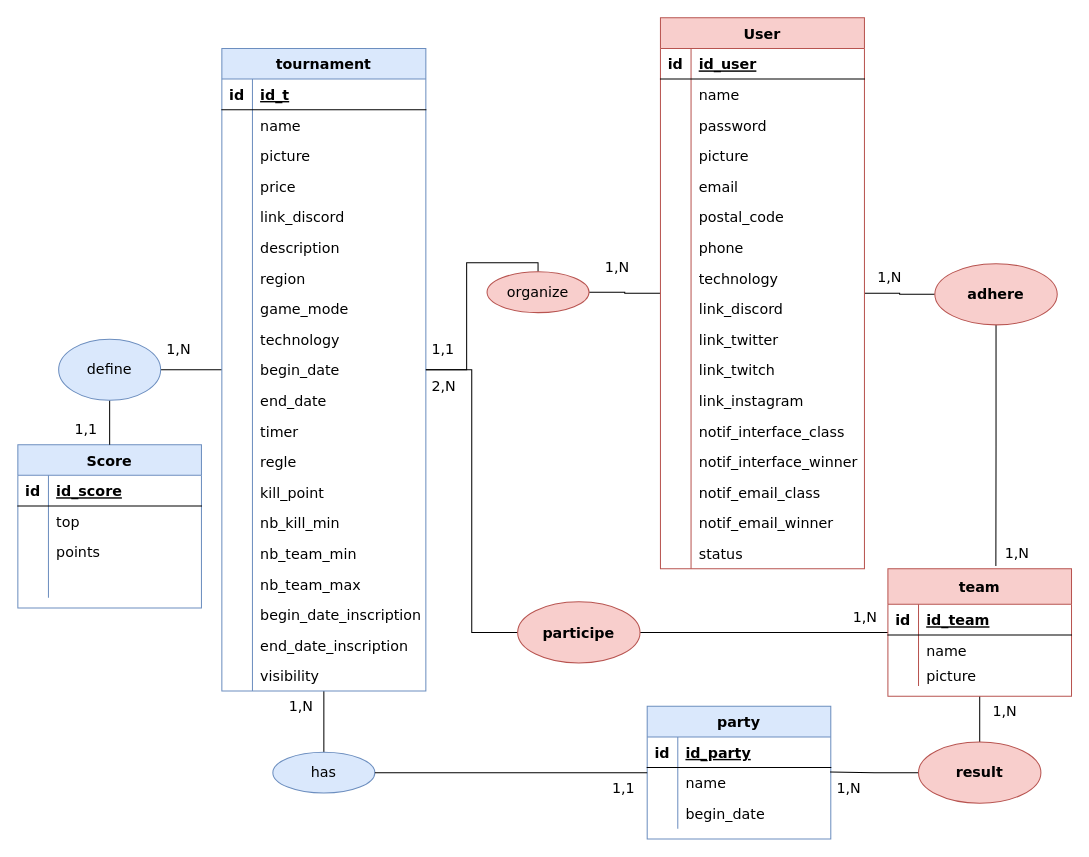
The draw.io diagram page "MCD" (1 of 3) of Wavy_MERISE2.drawio in Pakulic/Maquettage_Site_web, before the edit. Source tidied: cells renumbered, new cells numbered last; positions are measured from the earlier drawing's top-left corner, leaving out a move shared by most shapes. Both pictures are drawn from the tidied source at 102%, with x=0, y=0 at pixel (17, 17).
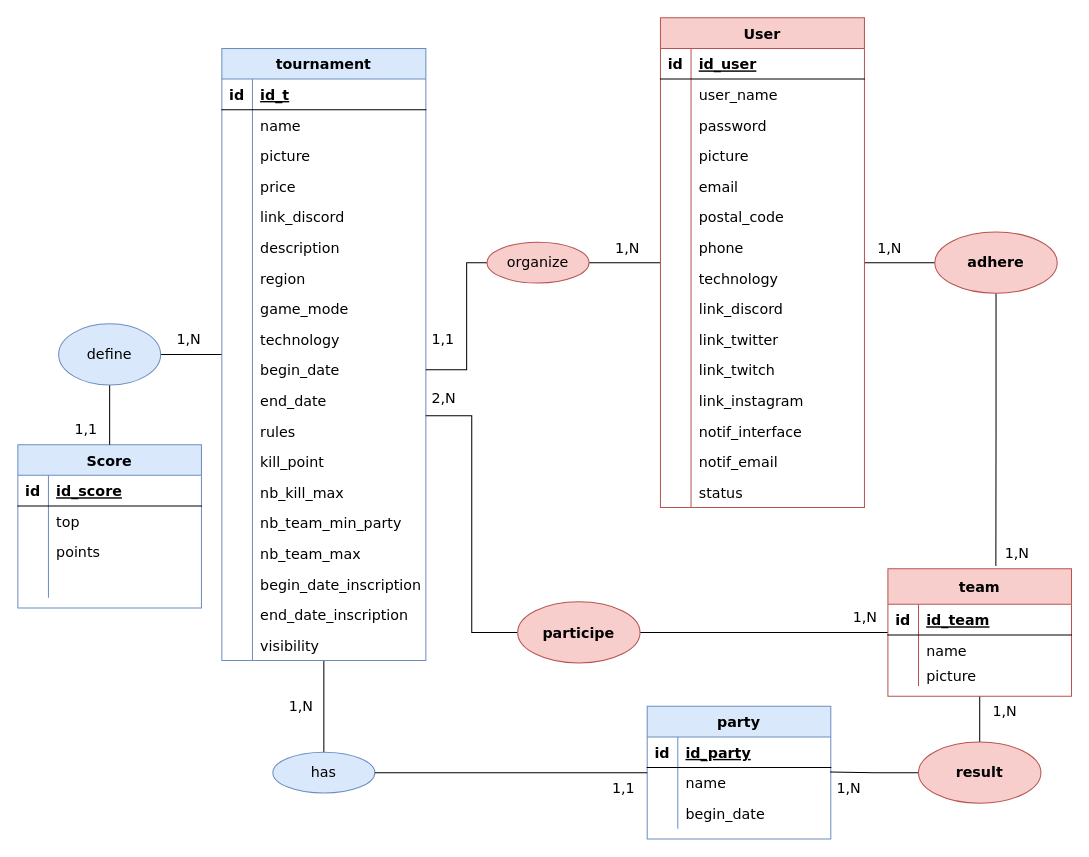
The same diagram, later.

The change refers to these unchanged cells:
```xml
<mxCell id="111" style="shape=partialRectangle;fillColor=none;top=0;left=0;bottom=0;right=0;fontSize=14;fontFamily=Verdana;" parent="107" vertex="1">
  <mxGeometry y="60" width="200" height="30" as="geometry" />
</mxCell>
<mxCell id="144" style="shape=partialRectangle;fillColor=none;top=0;left=0;bottom=0;right=0;fontSize=14;fontFamily=Verdana;" parent="107" vertex="1">
  <mxGeometry y="390" width="200" height="30" as="geometry" />
</mxCell>
<mxCell id="162" value="participe" style="ellipse;whiteSpace=wrap;html=1;fontStyle=1;strokeColor=#b85450;fillColor=#f8cecc;startSize=35;fontSize=14;fontFamily=Verdana;" parent="1" vertex="1">
  <mxGeometry x="490" y="572.5" width="120" height="60" as="geometry" />
</mxCell>
```

The edit, as a diff of the source:
```diff
@@
     <mxCell id="4" value="tournament" style="shape=table;startSize=30;childLayout=tableLayout;rowLines=0;fontStyle=1;align=center;fillColor=#dae8fc;strokeColor=#6c8ebf;fontSize=14;fontFamily=Verdana;" parent="1" vertex="1">
-      <mxGeometry x="200" y="30" width="200" height="630" as="geometry" />
+      <mxGeometry x="200" y="30" width="200" height="600" as="geometry" />
     </mxCell>
@@
-    <mxCell id="38" style="shape=partialRectangle;fillColor=none;top=0;left=0;bottom=0;right=0;fontSize=14;fontFamily=Verdana;" parent="4" vertex="1">
-      <mxGeometry y="360" width="200" height="30" as="geometry" />
-    </mxCell>
-    <mxCell id="39" style="shape=partialRectangle;fillColor=none;top=0;left=0;bottom=0;right=0;overflow=hidden;fontSize=14;fontFamily=Verdana;" parent="38" vertex="1">
-      <mxGeometry width="30" height="30" as="geometry" />
-    </mxCell>
-    <mxCell id="40" value="timer" style="shape=partialRectangle;fillColor=none;top=0;left=0;bottom=0;right=0;align=left;spacingLeft=6;overflow=hidden;fontSize=14;fontFamily=Verdana;" parent="38" vertex="1">
-      <mxGeometry x="30" width="170" height="30" as="geometry" />
-    </mxCell>
     <mxCell id="41" style="shape=partialRectangle;fillColor=none;top=0;left=0;bottom=0;right=0;fontSize=14;fontFamily=Verdana;" parent="4" vertex="1">
-      <mxGeometry y="390" width="200" height="30" as="geometry" />
+      <mxGeometry y="360" width="200" height="30" as="geometry" />
     </mxCell>
@@
-    <mxCell id="43" value="regle" style="shape=partialRectangle;fillColor=none;top=0;left=0;bottom=0;right=0;align=left;spacingLeft=6;overflow=hidden;fontSize=14;fontFamily=Verdana;" parent="41" vertex="1">
+    <mxCell id="43" value="rules" style="shape=partialRectangle;fillColor=none;top=0;left=0;bottom=0;right=0;align=left;spacingLeft=6;overflow=hidden;fontSize=14;fontFamily=Verdana;" parent="41" vertex="1">
       <mxGeometry x="30" width="170" height="30" as="geometry" />
     </mxCell>
     <mxCell id="44" style="shape=partialRectangle;fillColor=none;top=0;left=0;bottom=0;right=0;fontSize=14;fontFamily=Verdana;" parent="4" vertex="1">
-      <mxGeometry y="420" width="200" height="30" as="geometry" />
+      <mxGeometry y="390" width="200" height="30" as="geometry" />
     </mxCell>
@@
     <mxCell id="47" style="shape=partialRectangle;fillColor=none;top=0;left=0;bottom=0;right=0;fontSize=14;fontFamily=Verdana;" parent="4" vertex="1">
-      <mxGeometry y="450" width="200" height="30" as="geometry" />
+      <mxGeometry y="420" width="200" height="30" as="geometry" />
     </mxCell>
@@
-    <mxCell id="49" value="nb_kill_min" style="shape=partialRectangle;fillColor=none;top=0;left=0;bottom=0;right=0;align=left;spacingLeft=6;overflow=hidden;fontSize=14;fontFamily=Verdana;" parent="47" vertex="1">
+    <mxCell id="49" value="nb_kill_max" style="shape=partialRectangle;fillColor=none;top=0;left=0;bottom=0;right=0;align=left;spacingLeft=6;overflow=hidden;fontSize=14;fontFamily=Verdana;" parent="47" vertex="1">
       <mxGeometry x="30" width="170" height="30" as="geometry" />
     </mxCell>
     <mxCell id="50" style="shape=partialRectangle;fillColor=none;top=0;left=0;bottom=0;right=0;fontSize=14;fontFamily=Verdana;" parent="4" vertex="1">
-      <mxGeometry y="480" width="200" height="30" as="geometry" />
+      <mxGeometry y="450" width="200" height="30" as="geometry" />
     </mxCell>
@@
-    <mxCell id="52" value="nb_team_min" style="shape=partialRectangle;fillColor=none;top=0;left=0;bottom=0;right=0;align=left;spacingLeft=6;overflow=hidden;fontSize=14;fontFamily=Verdana;" parent="50" vertex="1">
+    <mxCell id="52" value="nb_team_min_party" style="shape=partialRectangle;fillColor=none;top=0;left=0;bottom=0;right=0;align=left;spacingLeft=6;overflow=hidden;fontSize=14;fontFamily=Verdana;" parent="50" vertex="1">
       <mxGeometry x="30" width="170" height="30" as="geometry" />
     </mxCell>
     <mxCell id="53" style="shape=partialRectangle;fillColor=none;top=0;left=0;bottom=0;right=0;fontSize=14;fontFamily=Verdana;" parent="4" vertex="1">
-      <mxGeometry y="510" width="200" height="30" as="geometry" />
+      <mxGeometry y="480" width="200" height="30" as="geometry" />
     </mxCell>
@@
     <mxCell id="56" style="shape=partialRectangle;fillColor=none;top=0;left=0;bottom=0;right=0;fontSize=14;fontFamily=Verdana;" parent="4" vertex="1">
-      <mxGeometry y="540" width="200" height="30" as="geometry" />
+      <mxGeometry y="510" width="200" height="30" as="geometry" />
     </mxCell>
@@
     <mxCell id="59" style="shape=partialRectangle;fillColor=none;top=0;left=0;bottom=0;right=0;fontSize=14;fontFamily=Verdana;" parent="4" vertex="1">
-      <mxGeometry y="570" width="200" height="30" as="geometry" />
+      <mxGeometry y="540" width="200" height="30" as="geometry" />
     </mxCell>
@@
     <mxCell id="62" style="shape=partialRectangle;fillColor=none;top=0;left=0;bottom=0;right=0;fontSize=14;fontFamily=Verdana;" parent="4" vertex="1">
-      <mxGeometry y="600" width="200" height="30" as="geometry" />
+      <mxGeometry y="570" width="200" height="30" as="geometry" />
     </mxCell>
@@
     <mxCell id="67" value="organize" style="ellipse;whiteSpace=wrap;html=1;align=center;fillColor=#f8cecc;strokeColor=#b85450;fontSize=14;fontFamily=Verdana;" parent="1" vertex="1">
-      <mxGeometry x="460" y="249" width="100" height="40" as="geometry" />
+      <mxGeometry x="460" y="220" width="100" height="40" as="geometry" />
     </mxCell>
@@
     <mxCell id="92" value="define" style="ellipse;whiteSpace=wrap;html=1;align=center;fillColor=#dae8fc;strokeColor=#6c8ebf;fontSize=14;fontFamily=Verdana;" parent="1" vertex="1">
-      <mxGeometry x="40" y="315" width="100" height="60" as="geometry" />
+      <mxGeometry x="40" y="300" width="100" height="60" as="geometry" />
     </mxCell>
@@
     <mxCell id="107" value="User" style="shape=table;startSize=30;childLayout=tableLayout;rowLines=0;fontStyle=1;align=center;fillColor=#f8cecc;strokeColor=#b85450;fontSize=14;fontFamily=Verdana;" parent="1" vertex="1">
-      <mxGeometry x="630" width="200" height="540" as="geometry" />
+      <mxGeometry x="630" width="200" height="480" as="geometry" />
     </mxCell>
@@
-    <mxCell id="113" value="name" style="shape=partialRectangle;fillColor=none;top=0;left=0;bottom=0;right=0;align=left;spacingLeft=6;overflow=hidden;fontSize=14;fontFamily=Verdana;" parent="111" vertex="1">
+    <mxCell id="113" value="user_name" style="shape=partialRectangle;fillColor=none;top=0;left=0;bottom=0;right=0;align=left;spacingLeft=6;overflow=hidden;fontSize=14;fontFamily=Verdana;" parent="111" vertex="1">
       <mxGeometry x="30" width="170" height="30" as="geometry" />
     </mxCell>
@@
-    <mxCell id="146" value="notif_interface_class" style="shape=partialRectangle;fillColor=none;top=0;left=0;bottom=0;right=0;align=left;spacingLeft=6;overflow=hidden;fontSize=14;fontFamily=Verdana;" parent="144" vertex="1">
+    <mxCell id="146" value="notif_interface" style="shape=partialRectangle;fillColor=none;top=0;left=0;bottom=0;right=0;align=left;spacingLeft=6;overflow=hidden;fontSize=14;fontFamily=Verdana;" parent="144" vertex="1">
       <mxGeometry x="30" width="170" height="30" as="geometry" />
     </mxCell>
-    <mxCell id="147" style="shape=partialRectangle;fillColor=none;top=0;left=0;bottom=0;right=0;fontSize=14;fontFamily=Verdana;" parent="107" vertex="1">
-      <mxGeometry y="420" width="200" height="30" as="geometry" />
-    </mxCell>
-    <mxCell id="148" style="shape=partialRectangle;fillColor=none;top=0;left=0;bottom=0;right=0;overflow=hidden;fontSize=14;fontFamily=Verdana;" parent="147" vertex="1">
-      <mxGeometry width="30" height="30" as="geometry" />
-    </mxCell>
-    <mxCell id="149" value="notif_interface_winner" style="shape=partialRectangle;fillColor=none;top=0;left=0;bottom=0;right=0;align=left;spacingLeft=6;overflow=hidden;fontSize=14;fontFamily=Verdana;" parent="147" vertex="1">
-      <mxGeometry x="30" width="170" height="30" as="geometry" />
-    </mxCell>
     <mxCell id="150" style="shape=partialRectangle;fillColor=none;top=0;left=0;bottom=0;right=0;fontSize=14;fontFamily=Verdana;" parent="107" vertex="1">
-      <mxGeometry y="450" width="200" height="30" as="geometry" />
+      <mxGeometry y="420" width="200" height="30" as="geometry" />
     </mxCell>
@@
-    <mxCell id="152" value="notif_email_class" style="shape=partialRectangle;fillColor=none;top=0;left=0;bottom=0;right=0;align=left;spacingLeft=6;overflow=hidden;fontSize=14;fontFamily=Verdana;" parent="150" vertex="1">
+    <mxCell id="152" value="notif_email" style="shape=partialRectangle;fillColor=none;top=0;left=0;bottom=0;right=0;align=left;spacingLeft=6;overflow=hidden;fontSize=14;fontFamily=Verdana;" parent="150" vertex="1">
       <mxGeometry x="30" width="170" height="30" as="geometry" />
     </mxCell>
-    <mxCell id="153" style="shape=partialRectangle;fillColor=none;top=0;left=0;bottom=0;right=0;fontSize=14;fontFamily=Verdana;" parent="107" vertex="1">
-      <mxGeometry y="480" width="200" height="30" as="geometry" />
-    </mxCell>
-    <mxCell id="154" style="shape=partialRectangle;fillColor=none;top=0;left=0;bottom=0;right=0;overflow=hidden;fontSize=14;fontFamily=Verdana;" parent="153" vertex="1">
-      <mxGeometry width="30" height="30" as="geometry" />
-    </mxCell>
-    <mxCell id="155" value="notif_email_winner" style="shape=partialRectangle;fillColor=none;top=0;left=0;bottom=0;right=0;align=left;spacingLeft=6;overflow=hidden;fontSize=14;fontFamily=Verdana;" parent="153" vertex="1">
-      <mxGeometry x="30" width="170" height="30" as="geometry" />
-    </mxCell>
     <mxCell id="156" style="shape=partialRectangle;fillColor=none;top=0;left=0;bottom=0;right=0;fontSize=14;fontFamily=Verdana;" parent="107" vertex="1">
-      <mxGeometry y="510" width="200" height="30" as="geometry" />
+      <mxGeometry y="450" width="200" height="30" as="geometry" />
     </mxCell>
@@
     <mxCell id="160" value="adhere" style="ellipse;whiteSpace=wrap;html=1;fontStyle=1;strokeColor=#b85450;fillColor=#f8cecc;startSize=30;fontSize=14;fontFamily=Verdana;" parent="1" vertex="1">
-      <mxGeometry x="899" y="241" width="120" height="60" as="geometry" />
+      <mxGeometry x="899" y="210" width="120" height="60" as="geometry" />
     </mxCell>
     <mxCell id="161" style="edgeStyle=orthogonalEdgeStyle;rounded=0;jettySize=auto;html=1;endArrow=none;endFill=0;strokeColor=default;strokeWidth=1;fontSize=14;fontFamily=Verdana;" parent="1" edge="1" source="162" target="4">
-      <mxGeometry relative="1" as="geometry" />
+      <mxGeometry relative="1" as="geometry">
+        <Array as="points">
+          <mxPoint x="445" y="603" />
+          <mxPoint x="445" y="390" />
+        </Array>
+      </mxGeometry>
     </mxCell>
@@
     <mxCell id="165" value="1,N" style="text;strokeColor=none;fillColor=none;spacingLeft=4;spacingRight=4;overflow=hidden;fontSize=14;fontFamily=Verdana;" parent="1" vertex="1">
-      <mxGeometry x="140" y="310" width="40" height="30" as="geometry" />
+      <mxGeometry x="150" y="300" width="40" height="30" as="geometry" />
     </mxCell>
@@
     <mxCell id="167" value="1,N" style="text;strokeColor=none;fillColor=none;spacingLeft=4;spacingRight=4;overflow=hidden;fontSize=14;fontFamily=Verdana;" parent="1" vertex="1">
-      <mxGeometry x="570" y="230" width="40" height="30" as="geometry" />
+      <mxGeometry x="580" y="211" width="40" height="30" as="geometry" />
     </mxCell>
     <mxCell id="168" value="1,1" style="text;strokeColor=none;fillColor=none;spacingLeft=4;spacingRight=4;overflow=hidden;fontSize=14;fontFamily=Verdana;" parent="1" vertex="1">
-      <mxGeometry x="400" y="310" width="40" height="30" as="geometry" />
+      <mxGeometry x="400" y="300" width="40" height="30" as="geometry" />
     </mxCell>
     <mxCell id="169" value="1,N" style="text;strokeColor=none;fillColor=none;spacingLeft=4;spacingRight=4;overflow=hidden;fontSize=14;fontFamily=Verdana;" parent="1" vertex="1">
-      <mxGeometry x="837" y="239" width="40" height="30" as="geometry" />
+      <mxGeometry x="837" y="211" width="40" height="30" as="geometry" />
     </mxCell>
@@
     <mxCell id="171" value="2,N" style="text;strokeColor=none;fillColor=none;spacingLeft=4;spacingRight=4;overflow=hidden;fontSize=14;fontFamily=Verdana;" parent="1" vertex="1">
-      <mxGeometry x="400" y="346" width="40" height="30" as="geometry" />
+      <mxGeometry x="400" y="358.5" width="40" height="30" as="geometry" />
     </mxCell>
```
